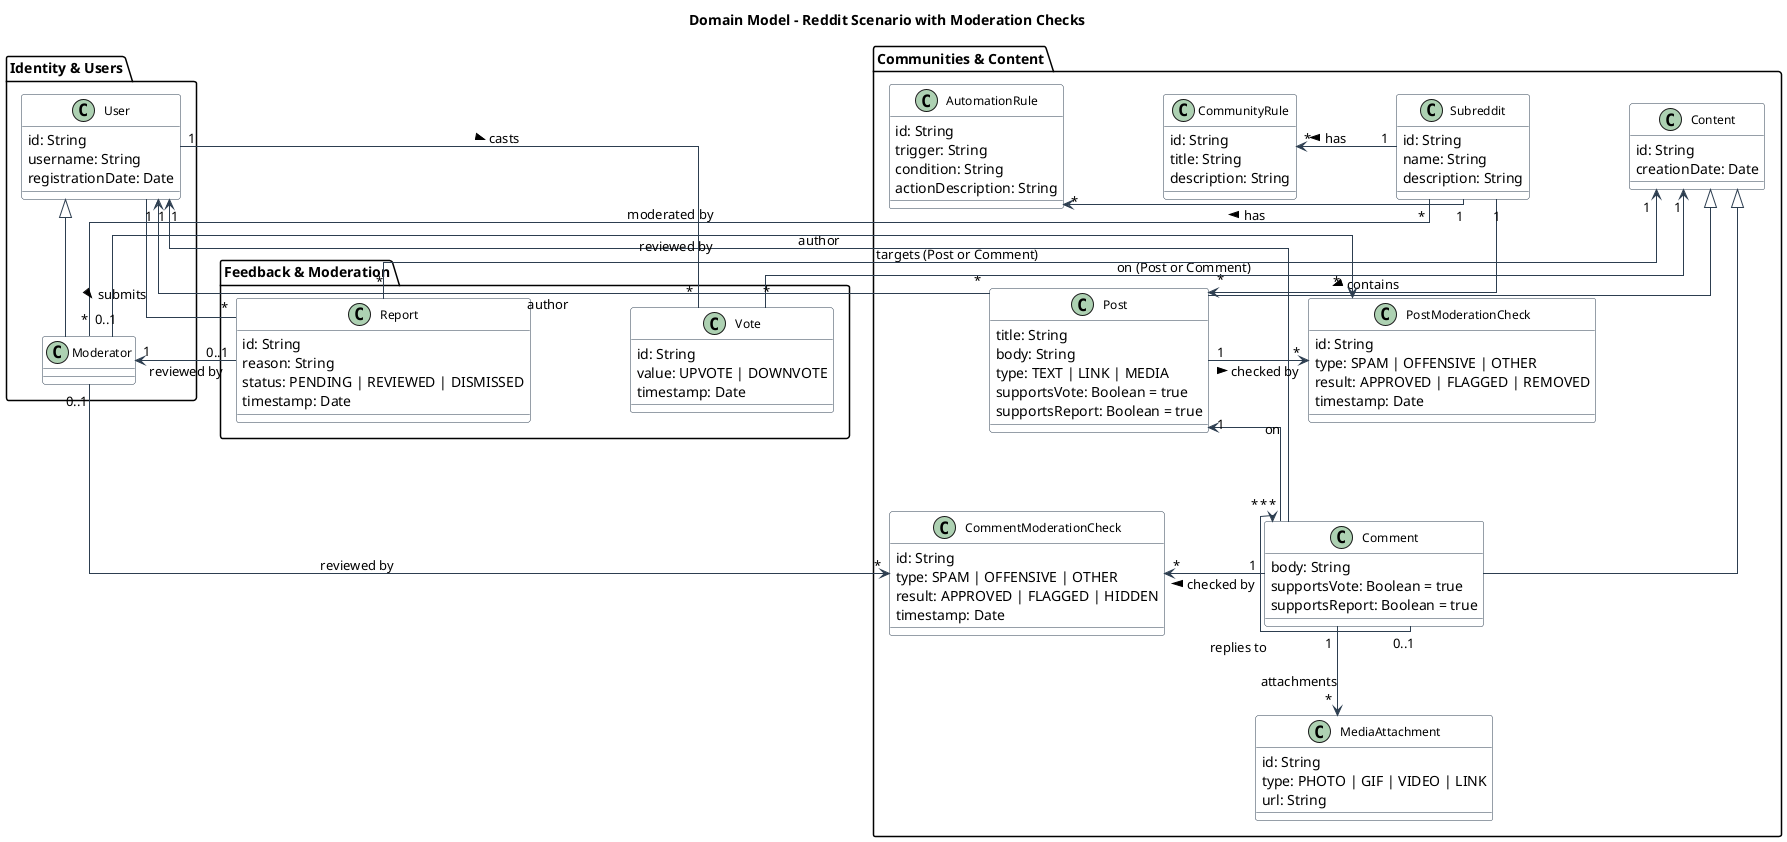
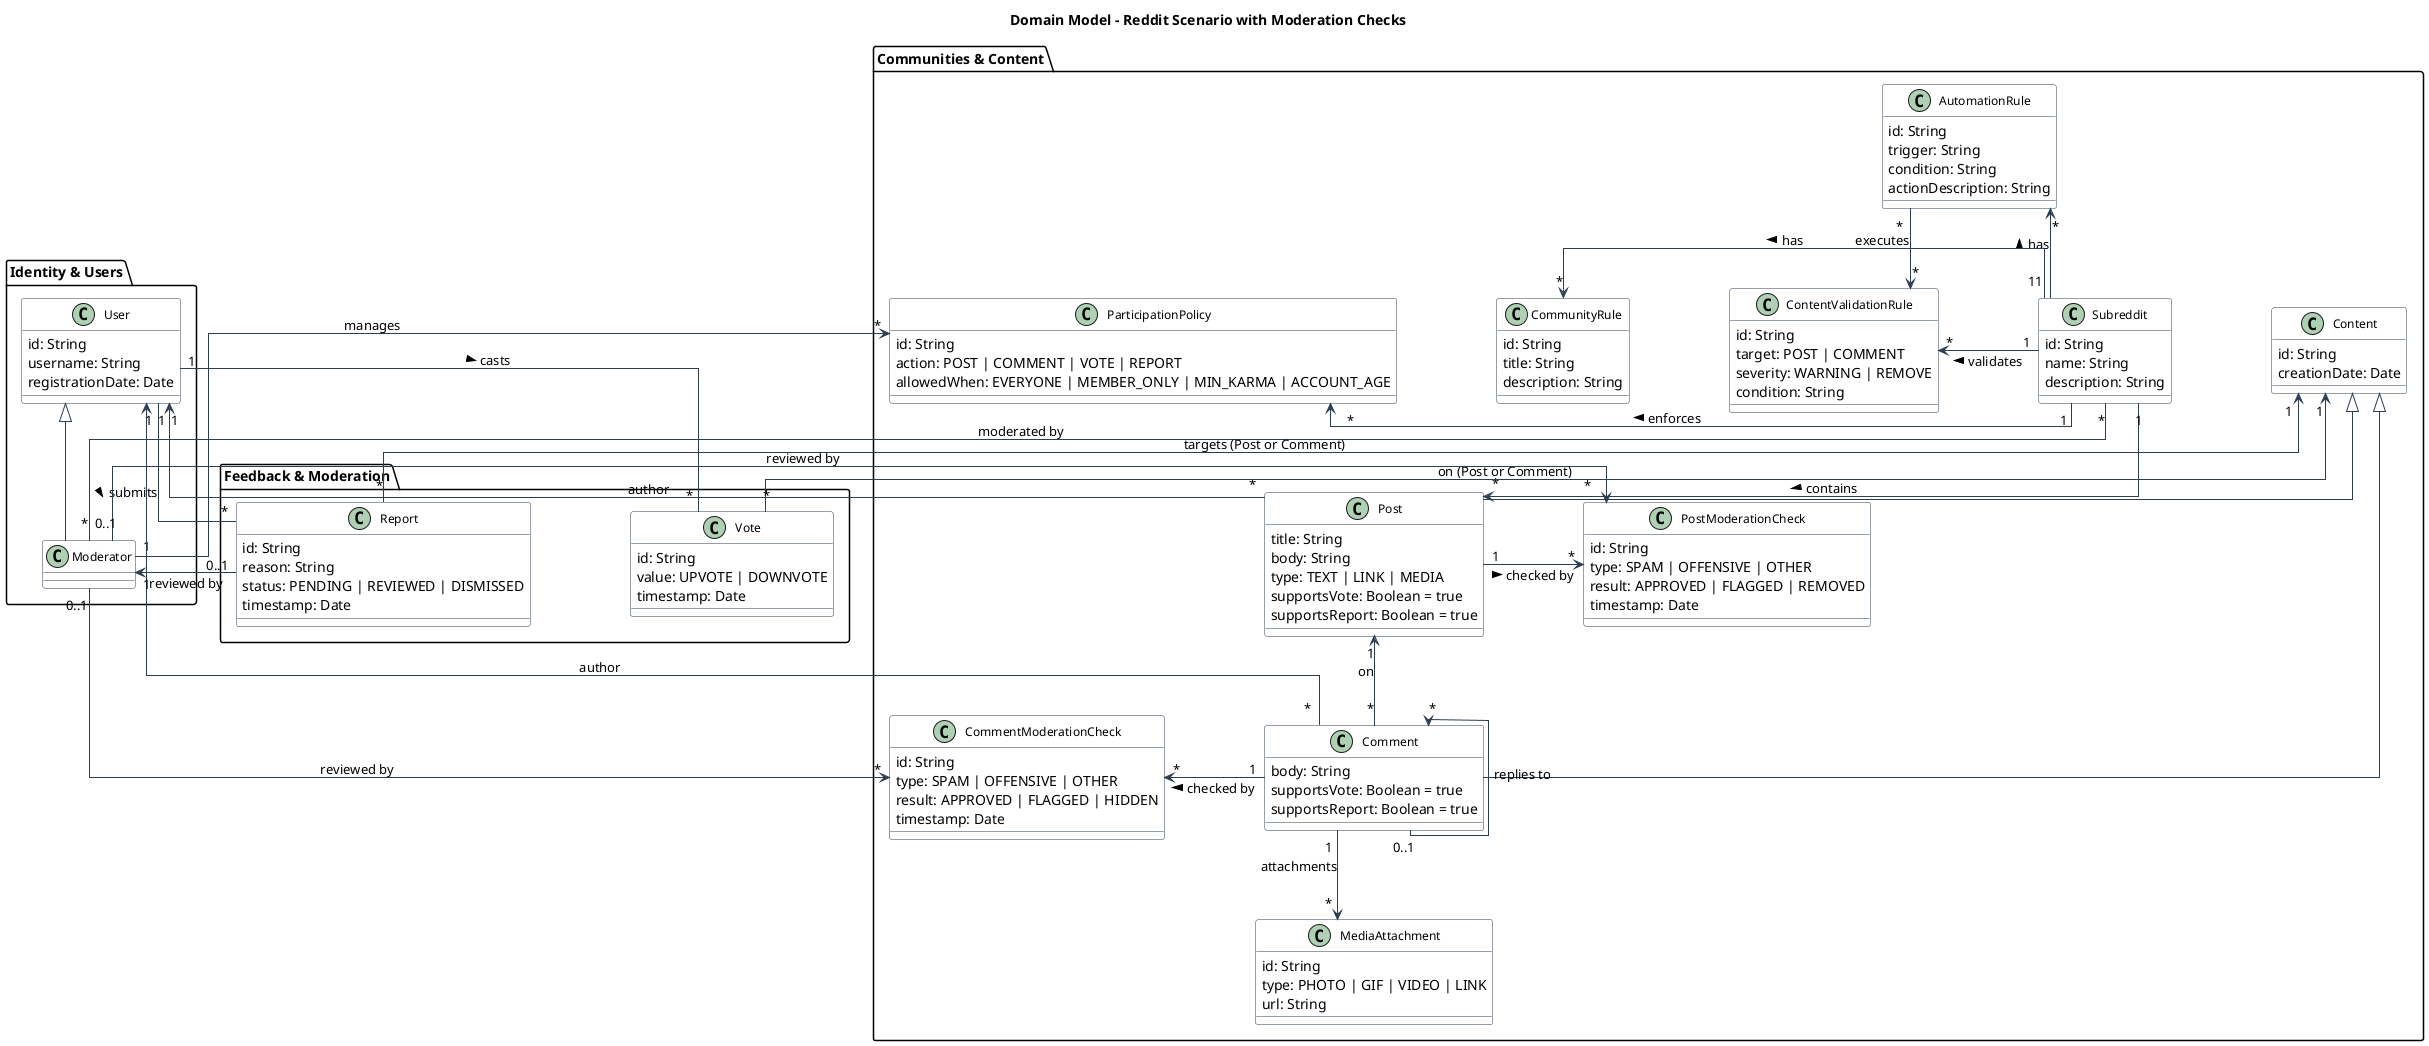
@startuml
skinparam linetype ortho
skinparam nodesep 100
skinparam ranksep 80
skinparam roundCorner 5
skinparam shadowing false
skinparam classAttributeIconSize 0

' Neutral and professional style
skinparam class {
    BackgroundColor White
    BorderColor #2D3E50
    ArrowColor #2D3E50
    FontSize 12
}

title Domain Model – Reddit Scenario with Moderation Checks

package "Identity & Users" {
    class User {
        id: String
        username: String
        registrationDate: Date
    }
    class Moderator
}

package "Communities & Content" {
    class Subreddit {
        id: String
        name: String
        description: String
    }

    class Content {
        id: String
        creationDate: Date
    }

    class Post {
        title: String
        body: String
        type: TEXT | LINK | MEDIA
        supportsVote: Boolean = true
        supportsReport: Boolean = true
    }

    class Comment {
        body: String
        supportsVote: Boolean = true
        supportsReport: Boolean = true
    }

    class MediaAttachment {
        id: String
        type: PHOTO | GIF | VIDEO | LINK
        url: String
    }

    class AutomationRule {
        id: String
        trigger: String
        condition: String
        actionDescription: String
    }

    class CommunityRule {
        id: String
        title: String
        description: String
    }

+     class ParticipationPolicy {
+         id: String
+         action: POST | COMMENT | VOTE | REPORT
+         allowedWhen: EVERYONE | MEMBER_ONLY | MIN_KARMA | ACCOUNT_AGE
+     }
+ 
+     class ContentValidationRule {
+         id: String
+         target: POST | COMMENT
+         severity: WARNING | REMOVE
+         condition: String
+     }
+ 
    ' Moderation checks
    class PostModerationCheck {
        id: String
        type: SPAM | OFFENSIVE | OTHER
        result: APPROVED | FLAGGED | REMOVED
        timestamp: Date
    }

    class CommentModerationCheck {
        id: String
        type: SPAM | OFFENSIVE | OTHER
        result: APPROVED | FLAGGED | HIDDEN
        timestamp: Date
    }
}

package "Feedback & Moderation" {
    class Vote {
        id: String
        value: UPVOTE | DOWNVOTE
        timestamp: Date
    }

    class Report {
        id: String
        reason: String
        status: PENDING | REVIEWED | DISMISSED
        timestamp: Date
    }
}

' --- Positioning and Hierarchy ---

' Inheritance
User <|-- Moderator
Content <|-- Post
Content <|-- Comment

' Community structure
Subreddit "1" -down-> "*" Post : contains >
Subreddit "1" -left-> "*" AutomationRule : has >
Subreddit "1" -left-> "*" CommunityRule : has >
+ Subreddit "1" -left-> "*" ParticipationPolicy : enforces >
+ Subreddit "1" -left-> "*" ContentValidationRule : validates >
Subreddit "*" -right- "*" Moderator : moderated by
+ Moderator "1" --> "*" ParticipationPolicy : manages

' Authorship
Post "*" -right-> "1" User : author
Comment "*" -right-> "1" User : author
Comment "*" -up-> "1" Post : on
Comment "0..1" -left-> "*" Comment : replies to

' Media in comments
Comment "1" -down-> "*" MediaAttachment : attachments

' Feedback actions
User "1" -- "*" Vote : casts >
Vote "*" -up-> "1" Content : on (Post or Comment)

User "1" -- "*" Report : submits >
Report "*" -up-> "1" Content : targets (Post or Comment)
Report "0..1" -left-> "1" Moderator : reviewed by

' Moderation checks
Post "1" -right-> "*" PostModerationCheck : checked by >
Comment "1" -right-> "*" CommentModerationCheck : checked by >
Moderator "0..1" --> "*" PostModerationCheck : reviewed by
Moderator "0..1" --> "*" CommentModerationCheck : reviewed by
+ AutomationRule "*" --> "*" ContentValidationRule : executes

@enduml